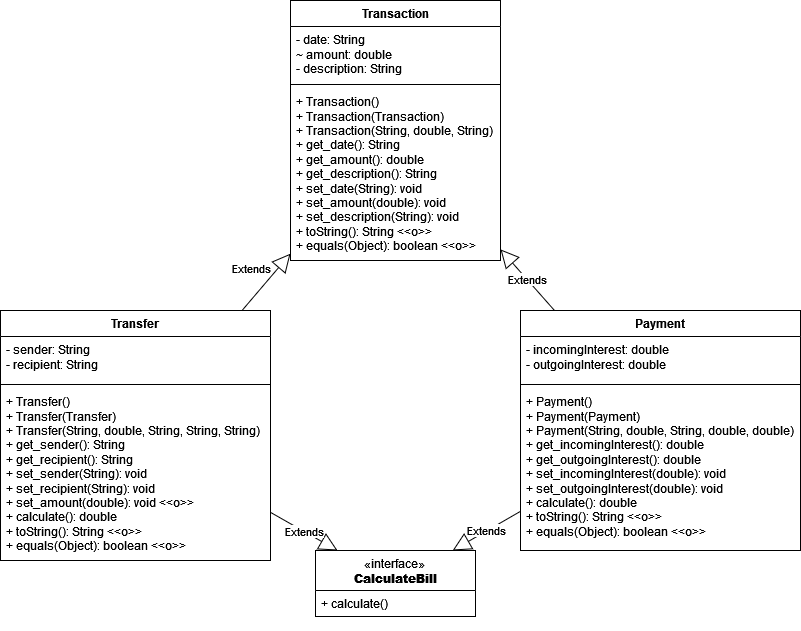
Earlier version of the draw.io export P2/P2_UML.png (Philogex/OOS). Source tidied: cells renumbered, new cells last; positions are measured from the earlier drawing's top-left corner, leaving out a move shared by most shapes. Its diagram source:
```xml
<mxGraphModel>
  <root>
    <mxCell id="0" />
    <mxCell id="1" parent="0" />
    <mxCell id="2" value="Transfer" style="swimlane;fontStyle=1;align=center;verticalAlign=top;horizontal=1;startSize=26;whiteSpace=wrap;html=1;" parent="1" vertex="1">
      <mxGeometry y="310" width="270" height="250" as="geometry" />
    </mxCell>
    <mxCell id="3" value="&lt;div&gt;- sender: String&lt;/div&gt;&lt;div&gt;- recipient: String&lt;/div&gt;" style="text;strokeColor=none;fillColor=none;align=left;verticalAlign=top;spacingLeft=4;spacingRight=4;overflow=hidden;whiteSpace=wrap;html=1;" parent="2" vertex="1">
      <mxGeometry y="26" width="270" height="44" as="geometry" />
    </mxCell>
    <mxCell id="4" style="line;strokeWidth=1;fillColor=none;align=left;verticalAlign=middle;spacingTop=-1;spacingLeft=3;spacingRight=3;labelPosition=right;strokeColor=inherit;" parent="2" vertex="1">
      <mxGeometry y="70" width="270" height="8" as="geometry" />
    </mxCell>
    <mxCell id="5" value="&lt;div&gt;+ Transfer()&lt;/div&gt;&lt;div&gt;+ Transfer(Transfer)&lt;/div&gt;&lt;div&gt;+ Transfer(String, double, String, String, String)&lt;br&gt; &lt;/div&gt;&lt;div&gt;+ get_sender(): String&lt;/div&gt;&lt;div&gt;+ get_recipient(): String&lt;/div&gt;&lt;div&gt;+ set_sender(String): void&lt;br&gt;&lt;/div&gt;&lt;div&gt;+ set_recipient(String): void&lt;/div&gt;&lt;div&gt;+ set_amount(double): void &amp;lt;&amp;lt;o&amp;gt;&amp;gt;&lt;br&gt;&lt;/div&gt;&lt;div&gt;+ calculate(): double&lt;/div&gt;&lt;div&gt;+ toString(): String &amp;lt;&amp;lt;o&amp;gt;&amp;gt;&lt;br&gt;&lt;/div&gt;&lt;div&gt;+ equals(Object): boolean &amp;lt;&amp;lt;o&amp;gt;&amp;gt;&lt;br&gt;&lt;/div&gt;&lt;div&gt;&lt;br&gt;&lt;/div&gt;" style="text;strokeColor=none;fillColor=none;align=left;verticalAlign=top;spacingLeft=4;spacingRight=4;overflow=hidden;whiteSpace=wrap;html=1;" parent="2" vertex="1">
      <mxGeometry y="78" width="270" height="172" as="geometry" />
    </mxCell>
    <mxCell id="6" value="Payment" style="swimlane;fontStyle=1;align=center;verticalAlign=top;horizontal=1;startSize=26;whiteSpace=wrap;html=1;" parent="1" vertex="1">
      <mxGeometry x="520" y="310" width="280" height="240" as="geometry" />
    </mxCell>
    <mxCell id="7" value="&lt;div&gt;- incomingInterest: double&lt;br&gt;&lt;/div&gt;&lt;div&gt;- outgoingInterest: double&lt;br&gt;&lt;/div&gt;" style="text;strokeColor=none;fillColor=none;align=left;verticalAlign=top;spacingLeft=4;spacingRight=4;overflow=hidden;whiteSpace=wrap;html=1;" parent="6" vertex="1">
      <mxGeometry y="26" width="280" height="44" as="geometry" />
    </mxCell>
    <mxCell id="8" style="line;strokeWidth=1;fillColor=none;align=left;verticalAlign=middle;spacingTop=-1;spacingLeft=3;spacingRight=3;labelPosition=right;strokeColor=inherit;" parent="6" vertex="1">
      <mxGeometry y="70" width="280" height="8" as="geometry" />
    </mxCell>
    <mxCell id="9" value="&lt;div&gt;+ Payment()&lt;/div&gt;&lt;div&gt;+ Payment(Payment)&lt;/div&gt;&lt;div&gt;+ Payment(String, double, String, double, double)&lt;br&gt; &lt;/div&gt;&lt;div&gt;+ get_incomingInterest(): double&lt;/div&gt;&lt;div&gt;+ get_outgoingInterest(): double&lt;/div&gt;&lt;div&gt;+ set_incomingInterest(double): void&lt;/div&gt;&lt;div&gt;+ set_outgoingInterest(double): void&lt;br&gt;&lt;/div&gt;&lt;div&gt;+ calculate(): double&lt;/div&gt;&lt;div&gt;+ toString(): String &amp;lt;&amp;lt;o&amp;gt;&amp;gt;&lt;br&gt;&lt;/div&gt;&lt;div&gt;+ equals(Object): boolean &amp;lt;&amp;lt;o&amp;gt;&amp;gt;&lt;br&gt;&lt;/div&gt;" style="text;strokeColor=none;fillColor=none;align=left;verticalAlign=top;spacingLeft=4;spacingRight=4;overflow=hidden;whiteSpace=wrap;html=1;" parent="6" vertex="1">
      <mxGeometry y="78" width="280" height="162" as="geometry" />
    </mxCell>
    <mxCell id="10" value="Transaction" style="swimlane;fontStyle=1;align=center;verticalAlign=top;horizontal=1;startSize=26;whiteSpace=wrap;html=1;" parent="1" vertex="1">
      <mxGeometry x="290" width="210" height="260" as="geometry" />
    </mxCell>
    <mxCell id="11" value="&lt;div&gt;- date: String&lt;/div&gt;&lt;div&gt;~ amount: double&lt;/div&gt;&lt;div&gt;- description: String&lt;br&gt;&lt;/div&gt;" style="text;strokeColor=none;fillColor=none;align=left;verticalAlign=top;spacingLeft=4;spacingRight=4;overflow=hidden;whiteSpace=wrap;html=1;" parent="10" vertex="1">
      <mxGeometry y="26" width="210" height="54" as="geometry" />
    </mxCell>
    <mxCell id="12" style="line;strokeWidth=1;fillColor=none;align=left;verticalAlign=middle;spacingTop=-1;spacingLeft=3;spacingRight=3;labelPosition=right;strokeColor=inherit;" parent="10" vertex="1">
      <mxGeometry y="80" width="210" height="8" as="geometry" />
    </mxCell>
    <mxCell id="13" value="&lt;div&gt;+ Transaction()&lt;/div&gt;&lt;div&gt;+ Transaction(Transaction)&lt;/div&gt;&lt;div&gt;+ Transaction(String, double, String)&lt;br&gt; &lt;/div&gt;&lt;div&gt;+ get_date(): String&lt;/div&gt;&lt;div&gt;+ get_amount(): double&lt;/div&gt;&lt;div&gt;+ get_description(): String&lt;/div&gt;&lt;div&gt;+ set_date(String): void&lt;/div&gt;&lt;div&gt;+ set_amount(double): void&lt;/div&gt;&lt;div&gt;+ set_description(String): void&lt;br&gt;&lt;/div&gt;&lt;div&gt;+ toString(): String &amp;lt;&amp;lt;o&amp;gt;&amp;gt;&lt;br&gt;&lt;/div&gt;&lt;div&gt;+ equals(Object): boolean &amp;lt;&amp;lt;o&amp;gt;&amp;gt;&lt;br&gt;&lt;/div&gt;&lt;div&gt;&lt;br&gt;&lt;/div&gt;" style="text;strokeColor=none;fillColor=none;align=left;verticalAlign=top;spacingLeft=4;spacingRight=4;overflow=hidden;whiteSpace=wrap;html=1;" parent="10" vertex="1">
      <mxGeometry y="88" width="210" height="172" as="geometry" />
    </mxCell>
    <mxCell id="14" value="Extends" style="endArrow=block;endSize=16;endFill=0;html=1;rounded=0;" parent="1" edge="1" source="2" target="10">
      <mxGeometry y="20" relative="1" as="geometry" />
    </mxCell>
    <mxCell id="15" value="Extends" style="endArrow=block;endSize=16;endFill=0;html=1;rounded=0;" parent="1" edge="1" source="6" target="10">
      <mxGeometry relative="1" as="geometry" />
    </mxCell>
    <mxCell id="16" value="&lt;span style=&quot;font-weight: normal;&quot;&gt;«interface»&lt;/span&gt;&lt;br&gt;&lt;div&gt;&lt;b&gt;CalculateBill&lt;/b&gt;&lt;/div&gt;&lt;div&gt;&lt;br&gt;&lt;/div&gt;&lt;div&gt;&lt;br&gt;&lt;br&gt;&lt;/div&gt;" style="swimlane;fontStyle=1;align=center;verticalAlign=top;horizontal=1;startSize=40;whiteSpace=wrap;html=1;strokeColor=default;" parent="1" vertex="1">
      <mxGeometry x="315" y="550" width="160" height="66" as="geometry" />
    </mxCell>
    <mxCell id="17" value="+ calculate()" style="text;strokeColor=none;fillColor=none;align=left;verticalAlign=top;spacingLeft=4;spacingRight=4;overflow=hidden;whiteSpace=wrap;html=1;" parent="16" vertex="1">
      <mxGeometry y="40" width="160" height="26" as="geometry" />
    </mxCell>
    <mxCell id="18" value="Extends" style="endArrow=block;endSize=16;endFill=0;html=1;rounded=0;" parent="1" edge="1" source="2" target="16">
      <mxGeometry relative="1" as="geometry" />
    </mxCell>
    <mxCell id="19" value="Extends" style="endArrow=block;endSize=16;endFill=0;html=1;rounded=0;" parent="1" edge="1" source="6" target="16">
      <mxGeometry relative="1" as="geometry" />
    </mxCell>
  </root>
</mxGraphModel>
```
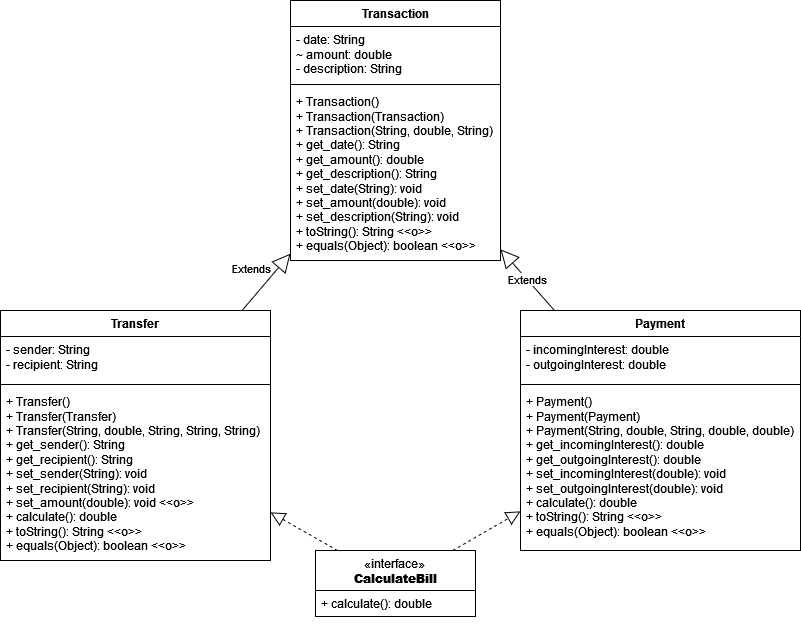
After the change.

Commit message:
changed relations to implementation for interface CalculateBill added return type for interface

What changed in the source:
```diff
@@ -47,14 +47,14 @@
     <mxCell id="16" value="&lt;span style=&quot;font-weight: normal;&quot;&gt;«interface»&lt;/span&gt;&lt;br&gt;&lt;div&gt;&lt;b&gt;CalculateBill&lt;/b&gt;&lt;/div&gt;&lt;div&gt;&lt;br&gt;&lt;/div&gt;&lt;div&gt;&lt;br&gt;&lt;br&gt;&lt;/div&gt;" style="swimlane;fontStyle=1;align=center;verticalAlign=top;horizontal=1;startSize=40;whiteSpace=wrap;html=1;strokeColor=default;" parent="1" vertex="1">
       <mxGeometry x="315" y="550" width="160" height="66" as="geometry" />
     </mxCell>
-    <mxCell id="17" value="+ calculate()" style="text;strokeColor=none;fillColor=none;align=left;verticalAlign=top;spacingLeft=4;spacingRight=4;overflow=hidden;whiteSpace=wrap;html=1;" parent="16" vertex="1">
+    <mxCell id="17" value="+ calculate(): double" style="text;strokeColor=none;fillColor=none;align=left;verticalAlign=top;spacingLeft=4;spacingRight=4;overflow=hidden;whiteSpace=wrap;html=1;" parent="16" vertex="1">
       <mxGeometry y="40" width="160" height="26" as="geometry" />
     </mxCell>
-    <mxCell id="18" value="Extends" style="endArrow=block;endSize=16;endFill=0;html=1;rounded=0;" parent="1" edge="1" source="2" target="16">
-      <mxGeometry relative="1" as="geometry" />
-    </mxCell>
-    <mxCell id="19" value="Extends" style="endArrow=block;endSize=16;endFill=0;html=1;rounded=0;" parent="1" edge="1" source="6" target="16">
-      <mxGeometry relative="1" as="geometry" />
-    </mxCell>
+    <mxCell id="20" style="endArrow=block;dashed=1;endFill=0;endSize=12;html=1;rounded=0;" parent="1" edge="1" source="16" target="6">
+      <mxGeometry relative="1" as="geometry" />
+    </mxCell>
+    <mxCell id="21" style="endArrow=block;dashed=1;endFill=0;endSize=12;html=1;rounded=0;" parent="1" edge="1" source="16" target="2">
+      <mxGeometry relative="1" as="geometry" />
+    </mxCell>
   </root>
 </mxGraphModel>
```
